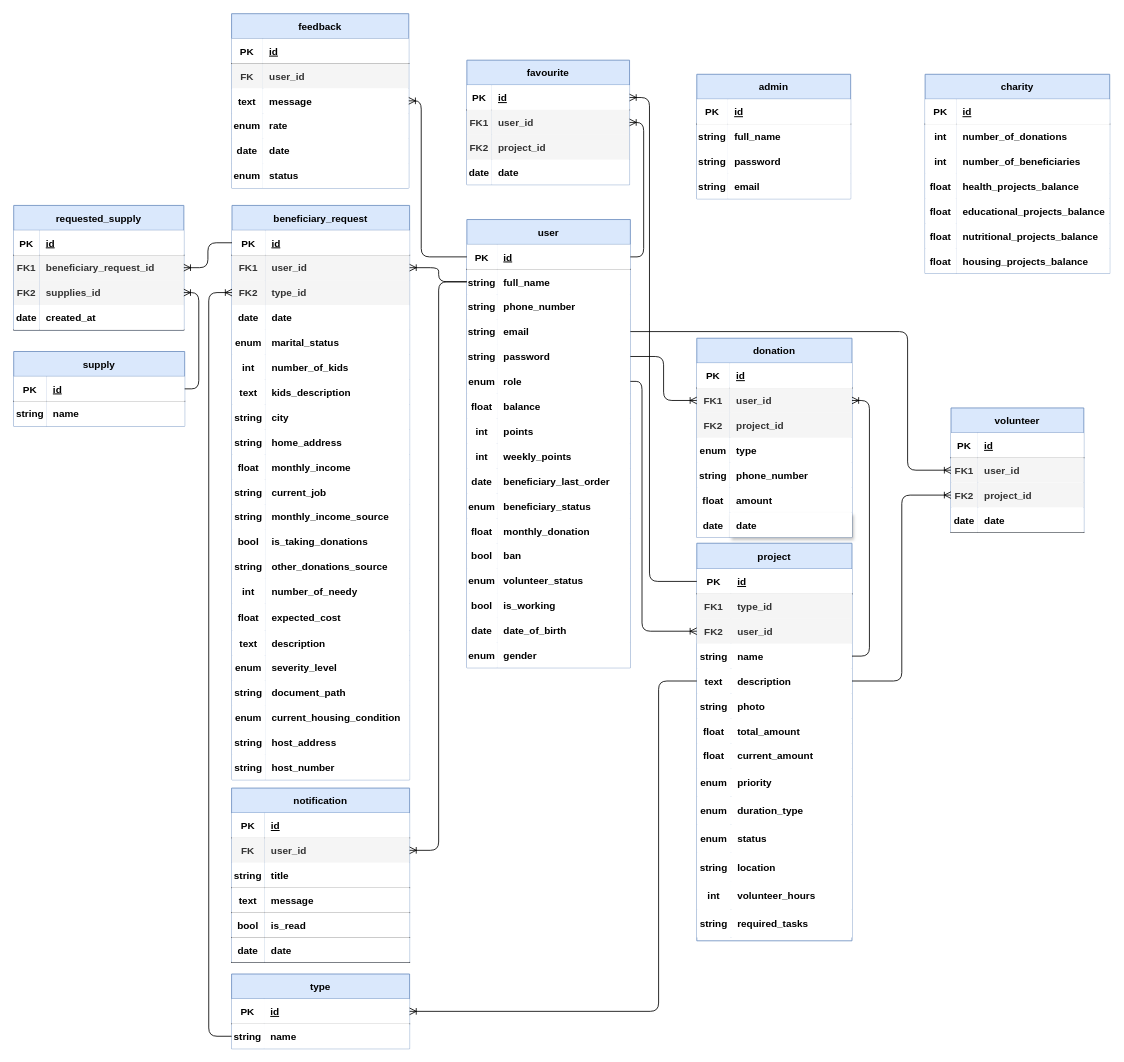
This is erd/Charity Project.drawio from nourHabian/Charity_Project_Backend, a draw.io file, before an edit. Source tidied: cells renumbered, new cells numbered last; positions are measured from the earlier drawing's top-left corner, leaving out a move shared by most shapes. Both pictures are drawn from the tidied source at 83%, with x=0, y=0 at pixel (13, 13).
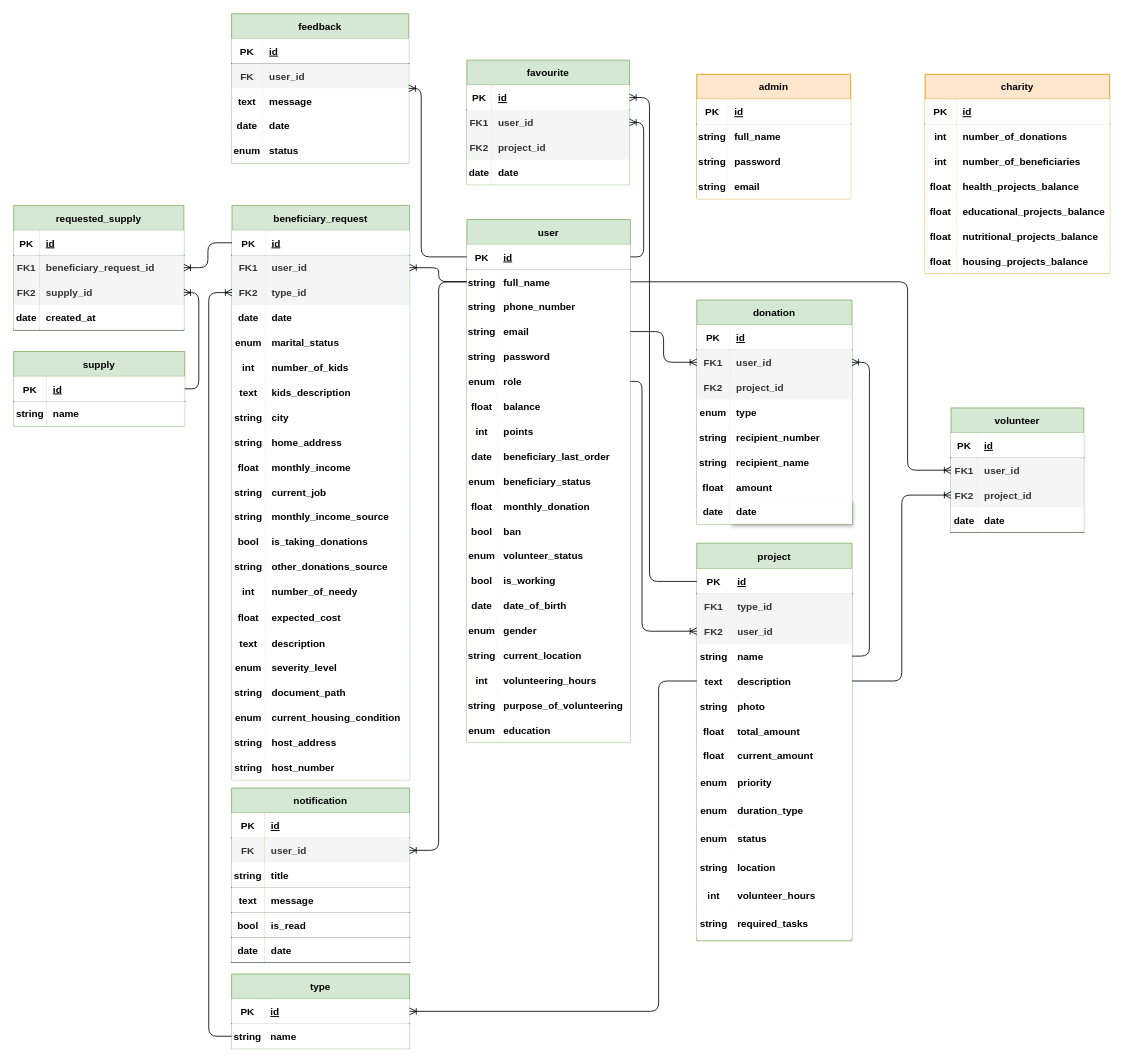
The same diagram, later.

The change refers to these unchanged cells:
```xml
<mxCell id="19" style="shape=partialRectangle;fillColor=none;top=0;left=0;bottom=0;right=0;points=[[0,0.5],[1,0.5]];portConstraint=eastwest;fontStyle=1;" parent="15" vertex="1">
  <mxGeometry y="60" width="197" height="30" as="geometry" />
</mxCell>
<mxCell id="25" style="shape=partialRectangle;fillColor=none;top=0;left=0;bottom=0;right=0;points=[[0,0.5],[1,0.5]];portConstraint=eastwest;fontStyle=1;" parent="15" vertex="1">
  <mxGeometry y="120" width="197" height="30" as="geometry" />
</mxCell>
<mxCell id="28" style="shape=partialRectangle;fillColor=none;top=0;left=0;bottom=0;right=0;points=[[0,0.5],[1,0.5]];portConstraint=eastwest;fontStyle=1;" parent="15" vertex="1">
  <mxGeometry y="150" width="197" height="30" as="geometry" />
</mxCell>
<mxCell id="122" style="shape=partialRectangle;fillColor=none;top=0;left=0;bottom=0;right=0;points=[[0,0.5],[1,0.5]];portConstraint=eastwest;fontStyle=1;" parent="118" vertex="1">
  <mxGeometry y="60" width="187" height="30" as="geometry" />
</mxCell>
<mxCell id="131" style="shape=partialRectangle;fillColor=none;top=0;left=0;bottom=0;right=0;fontStyle=1;" parent="118" vertex="1">
  <mxGeometry y="150" width="187" height="30" as="geometry" />
</mxCell>
<mxCell id="181" style="shape=partialRectangle;fillColor=none;top=0;left=0;bottom=0;right=0;points=[[0,0.5],[1,0.5]];portConstraint=eastwest;fontStyle=1;" parent="177" vertex="1">
  <mxGeometry y="60" width="160" height="30" as="geometry" />
</mxCell>
<mxCell id="295" style="shape=partialRectangle;fillColor=none;top=0;left=0;bottom=0;right=0;points=[[0,0.5],[1,0.5]];portConstraint=eastwest;fontStyle=1;" parent="288" vertex="1">
  <mxGeometry y="90" width="205" height="30" as="geometry" />
</mxCell>
```

Diff of the diagram source:
```diff
@@
-    <mxCell id="2" value="admin" style="shape=table;startSize=30;childLayout=tableLayout;rowLines=0;fontStyle=1;align=center;strokeColor=#6c8ebf;fillColor=#dae8fc;" parent="1" vertex="1">
+    <mxCell id="2" value="admin" style="shape=table;startSize=30;childLayout=tableLayout;rowLines=0;fontStyle=1;align=center;strokeColor=#d79b00;fillColor=#ffe6cc;" parent="1" vertex="1">
       <mxGeometry x="823" y="73" width="185.4" height="150" as="geometry" />
     </mxCell>
@@
-    <mxCell id="15" value="user" style="shape=table;startSize=30;childLayout=tableLayout;rowLines=0;fontStyle=1;align=center;strokeColor=#6c8ebf;fillColor=#dae8fc;" parent="1" vertex="1">
-      <mxGeometry x="546" y="248" width="197" height="540" as="geometry" />
+    <mxCell id="15" value="user" style="shape=table;startSize=30;childLayout=tableLayout;rowLines=0;fontStyle=1;align=center;strokeColor=#82b366;fillColor=#d5e8d4;" parent="1" vertex="1">
+      <mxGeometry x="546" y="248" width="197" height="630" as="geometry" />
     </mxCell>
@@
-    <mxCell id="40" style="shape=partialRectangle;fillColor=none;top=0;left=0;bottom=0;right=0;fontStyle=1;" parent="15" vertex="1">
-      <mxGeometry y="270" width="197" height="30" as="geometry" />
-    </mxCell>
-    <mxCell id="41" value="int" style="shape=partialRectangle;top=0;left=0;bottom=0;right=0;overflow=hidden;fontStyle=1;" parent="40" vertex="1">
-      <mxGeometry width="36.4" height="30" as="geometry" />
-    </mxCell>
-    <mxCell id="42" value="weekly_points" style="shape=partialRectangle;top=0;left=0;bottom=0;right=0;align=left;spacingLeft=6;overflow=hidden;fontStyle=1;" parent="40" vertex="1">
-      <mxGeometry x="36.4" width="160.6" height="30" as="geometry" />
-    </mxCell>
     <mxCell id="43" style="shape=partialRectangle;fillColor=none;top=0;left=0;bottom=0;right=0;fontStyle=1;" parent="15" vertex="1">
-      <mxGeometry y="300" width="197" height="30" as="geometry" />
+      <mxGeometry y="270" width="197" height="30" as="geometry" />
     </mxCell>
@@
     <mxCell id="46" style="shape=partialRectangle;fillColor=none;top=0;left=0;bottom=0;right=0;fontStyle=1;" parent="15" vertex="1">
-      <mxGeometry y="330" width="197" height="30" as="geometry" />
+      <mxGeometry y="300" width="197" height="30" as="geometry" />
     </mxCell>
@@
     <mxCell id="49" style="shape=partialRectangle;fillColor=none;top=0;left=0;bottom=0;right=0;fontStyle=1;" parent="15" vertex="1">
-      <mxGeometry y="360" width="197" height="30" as="geometry" />
+      <mxGeometry y="330" width="197" height="30" as="geometry" />
     </mxCell>
@@
     <mxCell id="52" style="shape=partialRectangle;fillColor=none;top=0;left=0;bottom=0;right=0;fontStyle=1;" parent="15" vertex="1">
-      <mxGeometry y="390" width="197" height="30" as="geometry" />
+      <mxGeometry y="360" width="197" height="30" as="geometry" />
     </mxCell>
@@
     <mxCell id="55" style="shape=partialRectangle;fillColor=none;top=0;left=0;bottom=0;right=0;fontStyle=1;" parent="15" vertex="1">
-      <mxGeometry y="420" width="197" height="30" as="geometry" />
+      <mxGeometry y="390" width="197" height="30" as="geometry" />
     </mxCell>
@@
     <mxCell id="58" style="shape=partialRectangle;fillColor=none;top=0;left=0;bottom=0;right=0;fontStyle=1;" parent="15" vertex="1">
-      <mxGeometry y="450" width="197" height="30" as="geometry" />
+      <mxGeometry y="420" width="197" height="30" as="geometry" />
     </mxCell>
@@
     <mxCell id="61" style="shape=partialRectangle;fillColor=none;top=0;left=0;bottom=0;right=0;fontStyle=1;" parent="15" vertex="1">
-      <mxGeometry y="480" width="197" height="30" as="geometry" />
+      <mxGeometry y="450" width="197" height="30" as="geometry" />
     </mxCell>
@@
     <mxCell id="64" style="shape=partialRectangle;fillColor=none;top=0;left=0;bottom=0;right=0;fontStyle=1;" parent="15" vertex="1">
-      <mxGeometry y="510" width="197" height="30" as="geometry" />
+      <mxGeometry y="480" width="197" height="30" as="geometry" />
     </mxCell>
@@
+    <mxCell id="326" style="shape=partialRectangle;fillColor=none;top=0;left=0;bottom=0;right=0;fontStyle=1;" parent="15" vertex="1">
+      <mxGeometry y="510" width="197" height="30" as="geometry" />
+    </mxCell>
+    <mxCell id="327" value="string" style="shape=partialRectangle;top=0;left=0;bottom=0;right=0;overflow=hidden;fontStyle=1;" parent="326" vertex="1">
+      <mxGeometry width="36.4" height="30" as="geometry" />
+    </mxCell>
+    <mxCell id="328" value="current_location" style="shape=partialRectangle;top=0;left=0;bottom=0;right=0;align=left;spacingLeft=6;overflow=hidden;fontStyle=1;" parent="326" vertex="1">
+      <mxGeometry x="36.4" width="160.6" height="30" as="geometry" />
+    </mxCell>
+    <mxCell id="329" style="shape=partialRectangle;fillColor=none;top=0;left=0;bottom=0;right=0;fontStyle=1;" parent="15" vertex="1">
+      <mxGeometry y="540" width="197" height="30" as="geometry" />
+    </mxCell>
+    <mxCell id="41" value="int" style="shape=partialRectangle;top=0;left=0;bottom=0;right=0;overflow=hidden;fontStyle=1;" parent="329" vertex="1">
+      <mxGeometry width="36.4" height="30" as="geometry" />
+    </mxCell>
+    <mxCell id="330" value="volunteering_hours" style="shape=partialRectangle;top=0;left=0;bottom=0;right=0;align=left;spacingLeft=6;overflow=hidden;fontStyle=1;" parent="329" vertex="1">
+      <mxGeometry x="36.4" width="160.6" height="30" as="geometry" />
+    </mxCell>
+    <mxCell id="331" style="shape=partialRectangle;fillColor=none;top=0;left=0;bottom=0;right=0;fontStyle=1;" parent="15" vertex="1">
+      <mxGeometry y="570" width="197" height="30" as="geometry" />
+    </mxCell>
+    <mxCell id="332" value="string" style="shape=partialRectangle;top=0;left=0;bottom=0;right=0;overflow=hidden;fontStyle=1;" parent="331" vertex="1">
+      <mxGeometry width="36.4" height="30" as="geometry" />
+    </mxCell>
+    <mxCell id="333" value="purpose_of_volunteering" style="shape=partialRectangle;top=0;left=0;bottom=0;right=0;align=left;spacingLeft=6;overflow=hidden;fontStyle=1;" parent="331" vertex="1">
+      <mxGeometry x="36.4" width="160.6" height="30" as="geometry" />
+    </mxCell>
+    <mxCell id="334" style="shape=partialRectangle;fillColor=none;top=0;left=0;bottom=0;right=0;fontStyle=1;" parent="15" vertex="1">
+      <mxGeometry y="600" width="197" height="30" as="geometry" />
+    </mxCell>
+    <mxCell id="201" value="enum" style="shape=partialRectangle;top=0;left=0;bottom=0;right=0;overflow=hidden;fontStyle=1;" parent="334" vertex="1">
+      <mxGeometry width="36.4" height="30" as="geometry" />
+    </mxCell>
+    <mxCell id="335" value="education" style="shape=partialRectangle;top=0;left=0;bottom=0;right=0;align=left;spacingLeft=6;overflow=hidden;fontStyle=1;" parent="334" vertex="1">
+      <mxGeometry x="36.4" width="160.6" height="30" as="geometry" />
+    </mxCell>
-    <mxCell id="67" value="project" style="shape=table;startSize=31;childLayout=tableLayout;rowLines=0;fontStyle=1;align=center;strokeColor=#6c8ebf;fillColor=#dae8fc;" parent="1" vertex="1">
+    <mxCell id="67" value="project" style="shape=table;startSize=31;childLayout=tableLayout;rowLines=0;fontStyle=1;align=center;strokeColor=#82b366;fillColor=#d5e8d4;" parent="1" vertex="1">
       <mxGeometry x="823" y="638" width="187" height="479" as="geometry" />
     </mxCell>
@@
-    <mxCell id="110" value="type" style="shape=table;startSize=30;childLayout=tableLayout;rowLines=0;fontStyle=1;align=center;strokeColor=#6c8ebf;fillColor=#dae8fc;" parent="1" vertex="1">
+    <mxCell id="110" value="type" style="shape=table;startSize=30;childLayout=tableLayout;rowLines=0;fontStyle=1;align=center;strokeColor=#82b366;fillColor=#d5e8d4;" parent="1" vertex="1">
       <mxGeometry x="262.5" y="1157" width="214.5" height="90" as="geometry" />
     </mxCell>
@@
-    <mxCell id="118" value="donation" style="shape=table;startSize=30;childLayout=tableLayout;rowLines=0;fontStyle=1;align=center;strokeColor=#6c8ebf;fillColor=#dae8fc;" parent="1" vertex="1">
-      <mxGeometry x="823" y="391" width="187" height="240" as="geometry" />
+    <mxCell id="118" value="donation" style="shape=table;startSize=30;childLayout=tableLayout;rowLines=0;fontStyle=1;align=center;strokeColor=#82b366;fillColor=#d5e8d4;" parent="1" vertex="1">
+      <mxGeometry x="823" y="345" width="187" height="270" as="geometry" />
     </mxCell>
@@
-    <mxCell id="133" value="phone_number" style="shape=partialRectangle;top=0;left=0;bottom=0;right=0;align=left;spacingLeft=6;overflow=hidden;fontStyle=1;" parent="131" vertex="1">
+    <mxCell id="133" value="recipient_number" style="shape=partialRectangle;top=0;left=0;bottom=0;right=0;align=left;spacingLeft=6;overflow=hidden;fontStyle=1;" parent="131" vertex="1">
       <mxGeometry x="39.8" width="147.2" height="30" as="geometry" />
     </mxCell>
+    <mxCell id="336" style="shape=partialRectangle;fillColor=none;top=0;left=0;bottom=0;right=0;fontStyle=1;" parent="118" vertex="1">
+      <mxGeometry y="180" width="187" height="30" as="geometry" />
+    </mxCell>
+    <mxCell id="337" value="string" style="shape=partialRectangle;top=0;left=0;bottom=0;right=0;overflow=hidden;fontStyle=1;" parent="336" vertex="1">
+      <mxGeometry width="39.8" height="30" as="geometry" />
+    </mxCell>
+    <mxCell id="338" value="recipient_name" style="shape=partialRectangle;top=0;left=0;bottom=0;right=0;align=left;spacingLeft=6;overflow=hidden;fontStyle=1;" parent="336" vertex="1">
+      <mxGeometry x="39.8" width="147.2" height="30" as="geometry" />
+    </mxCell>
     <mxCell id="134" style="shape=partialRectangle;fillColor=none;top=0;left=0;bottom=0;right=0;fontStyle=1;" parent="118" vertex="1">
-      <mxGeometry y="180" width="187" height="30" as="geometry" />
+      <mxGeometry y="210" width="187" height="30" as="geometry" />
     </mxCell>
@@
     <mxCell id="137" style="shape=partialRectangle;fillColor=none;top=0;left=0;bottom=0;right=0;fontStyle=1;" parent="118" vertex="1">
-      <mxGeometry y="210" width="187" height="30" as="geometry" />
+      <mxGeometry y="240" width="187" height="30" as="geometry" />
     </mxCell>
@@
-    <mxCell id="141" style="edgeStyle=elbowEdgeStyle;fontSize=12;html=1;endArrow=ERoneToMany;exitX=1;exitY=0.5;exitDx=0;exitDy=0;entryX=0;entryY=0.5;entryDx=0;entryDy=0;fontStyle=1;" parent="1" edge="1" source="28" target="122">
+    <mxCell id="141" style="edgeStyle=elbowEdgeStyle;fontSize=12;html=1;endArrow=ERoneToMany;exitX=1;exitY=0.5;exitDx=0;exitDy=0;entryX=0;entryY=0.5;entryDx=0;entryDy=0;fontStyle=1;" parent="1" edge="1" source="25" target="122">
       <mxGeometry relative="1" as="geometry" />
     </mxCell>
-    <mxCell id="142" value="favourite" style="shape=table;startSize=30;childLayout=tableLayout;rowLines=0;fontStyle=1;align=center;strokeColor=#6c8ebf;fillColor=#dae8fc;" parent="1" vertex="1">
+    <mxCell id="142" value="favourite" style="shape=table;startSize=30;childLayout=tableLayout;rowLines=0;fontStyle=1;align=center;strokeColor=#82b366;fillColor=#d5e8d4;" parent="1" vertex="1">
       <mxGeometry x="546" y="56" width="196" height="150" as="geometry" />
     </mxCell>
@@
-    <mxCell id="157" value="notification" style="shape=table;startSize=30;childLayout=tableLayout;rowLines=0;fontStyle=1;align=center;strokeColor=#6c8ebf;fillColor=#dae8fc;" parent="1" vertex="1">
+    <mxCell id="157" value="notification" style="shape=table;startSize=30;childLayout=tableLayout;rowLines=0;fontStyle=1;align=center;strokeColor=#82b366;fillColor=#d5e8d4;" parent="1" vertex="1">
       <mxGeometry x="262.5" y="933" width="214.5" height="210" as="geometry" />
     </mxCell>
@@
-    <mxCell id="177" value="volunteer" style="shape=table;startSize=30;childLayout=tableLayout;rowLines=0;fontStyle=1;align=center;strokeColor=#6c8ebf;fillColor=#dae8fc;" parent="1" vertex="1">
+    <mxCell id="177" value="volunteer" style="shape=table;startSize=30;childLayout=tableLayout;rowLines=0;fontStyle=1;align=center;strokeColor=#82b366;fillColor=#d5e8d4;" parent="1" vertex="1">
       <mxGeometry x="1129.3" y="475" width="160" height="150" as="geometry" />
     </mxCell>
@@
-    <mxCell id="190" value="feedback" style="shape=table;startSize=30;childLayout=tableLayout;rowLines=0;fontStyle=1;align=center;strokeColor=#6c8ebf;fillColor=#dae8fc;" parent="1" vertex="1">
-      <mxGeometry x="262.5" width="213.5" height="210" as="geometry" />
+    <mxCell id="190" value="feedback" style="shape=table;startSize=30;childLayout=tableLayout;rowLines=0;fontStyle=1;align=center;strokeColor=#82b366;fillColor=#d5e8d4;" parent="1" vertex="1">
+      <mxGeometry x="262.5" width="213.5" height="180" as="geometry" />
     </mxCell>
@@
-    <mxCell id="200" style="shape=partialRectangle;fillColor=none;top=0;left=0;bottom=0;right=0;fontStyle=1;" parent="190" vertex="1">
-      <mxGeometry y="120" width="213.5" height="30" as="geometry" />
-    </mxCell>
-    <mxCell id="201" value="enum" style="shape=partialRectangle;top=0;left=0;bottom=0;right=0;overflow=hidden;fontStyle=1;" parent="200" vertex="1">
-      <mxGeometry width="37.7" height="30" as="geometry" />
-    </mxCell>
-    <mxCell id="202" value="rate" style="shape=partialRectangle;top=0;left=0;bottom=0;right=0;align=left;spacingLeft=6;overflow=hidden;fontStyle=1;" parent="200" vertex="1">
-      <mxGeometry x="37.7" width="175.8" height="30" as="geometry" />
-    </mxCell>
     <mxCell id="203" style="shape=partialRectangle;fillColor=none;top=0;left=0;bottom=0;right=0;fontStyle=1;" parent="190" vertex="1">
-      <mxGeometry y="150" width="213.5" height="30" as="geometry" />
+      <mxGeometry y="120" width="213.5" height="30" as="geometry" />
     </mxCell>
@@
     <mxCell id="206" style="shape=partialRectangle;fillColor=none;top=0;left=0;bottom=0;right=0;fontStyle=1;" parent="190" vertex="1">
-      <mxGeometry y="180" width="213.5" height="30" as="geometry" />
+      <mxGeometry y="150" width="213.5" height="30" as="geometry" />
     </mxCell>
@@
-    <mxCell id="210" style="edgeStyle=elbowEdgeStyle;fontSize=12;html=1;endArrow=ERoneToMany;exitX=1;exitY=0.5;exitDx=0;exitDy=0;entryX=0;entryY=0.5;entryDx=0;entryDy=0;fontStyle=1;" parent="1" edge="1" source="25" target="181">
+    <mxCell id="210" style="edgeStyle=elbowEdgeStyle;fontSize=12;html=1;endArrow=ERoneToMany;exitX=1;exitY=0.5;exitDx=0;exitDy=0;entryX=0;entryY=0.5;entryDx=0;entryDy=0;fontStyle=1;" parent="1" edge="1" source="19" target="181">
       <mxGeometry relative="1" as="geometry">
         <Array as="points">
           <mxPoint x="1077" y="462" />
         </Array>
       </mxGeometry>
     </mxCell>
@@
-    <mxCell id="212" value="beneficiary_request" style="shape=table;startSize=30;childLayout=tableLayout;rowLines=0;fontStyle=1;align=center;strokeColor=#6c8ebf;fillColor=#dae8fc;" parent="1" vertex="1">
+    <mxCell id="212" value="beneficiary_request" style="shape=table;startSize=30;childLayout=tableLayout;rowLines=0;fontStyle=1;align=center;strokeColor=#82b366;fillColor=#d5e8d4;" parent="1" vertex="1">
       <mxGeometry x="263" y="231" width="214" height="692" as="geometry" />
     </mxCell>
@@
-    <mxCell id="281" value="supply" style="shape=table;startSize=30;childLayout=tableLayout;rowLines=0;fontStyle=1;align=center;strokeColor=#6c8ebf;fillColor=#dae8fc;" parent="1" vertex="1">
+    <mxCell id="281" value="supply" style="shape=table;startSize=30;childLayout=tableLayout;rowLines=0;fontStyle=1;align=center;strokeColor=#82b366;fillColor=#d5e8d4;" parent="1" vertex="1">
       <mxGeometry y="407" width="206" height="90" as="geometry" />
     </mxCell>
@@
-    <mxCell id="288" value="requested_supply" style="shape=table;startSize=30;childLayout=tableLayout;rowLines=0;fontStyle=1;align=center;strokeColor=#6c8ebf;fillColor=#dae8fc;" parent="1" vertex="1">
+    <mxCell id="288" value="requested_supply" style="shape=table;startSize=30;childLayout=tableLayout;rowLines=0;fontStyle=1;align=center;strokeColor=#82b366;fillColor=#d5e8d4;" parent="1" vertex="1">
       <mxGeometry y="231" width="205" height="150" as="geometry" />
     </mxCell>
@@
-    <mxCell id="297" value="supplies_id" style="shape=partialRectangle;top=0;left=0;bottom=0;right=0;align=left;spacingLeft=6;overflow=hidden;fontStyle=1;fillColor=#f5f5f5;strokeColor=#666666;fontColor=#333333;" parent="295" vertex="1">
+    <mxCell id="297" value="supply_id" style="shape=partialRectangle;top=0;left=0;bottom=0;right=0;align=left;spacingLeft=6;overflow=hidden;fontStyle=1;fillColor=#f5f5f5;strokeColor=#666666;fontColor=#333333;" parent="295" vertex="1">
       <mxGeometry x="31.2" width="173.8" height="30" as="geometry" />
     </mxCell>
@@
-    <mxCell id="303" value="charity" style="shape=table;startSize=30;childLayout=tableLayout;rowLines=0;fontStyle=1;align=center;strokeColor=#6c8ebf;fillColor=#dae8fc;" parent="1" vertex="1">
+    <mxCell id="303" value="charity" style="shape=table;startSize=30;childLayout=tableLayout;rowLines=0;fontStyle=1;align=center;strokeColor=#d79b00;fillColor=#ffe6cc;" parent="1" vertex="1">
       <mxGeometry x="1098.1" y="73" width="222.4" height="240" as="geometry" />
     </mxCell>
```
